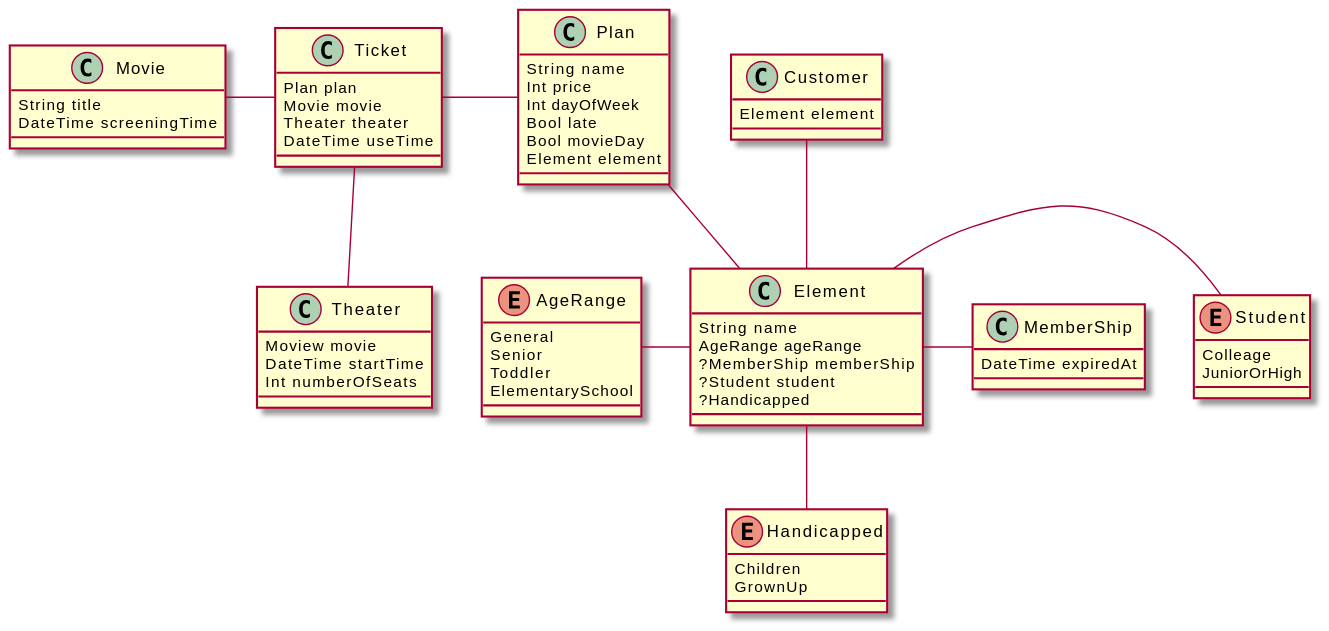
Before: docs/model.svg, a diagram exported from PlantUML (mstysk/tickets-modeling).
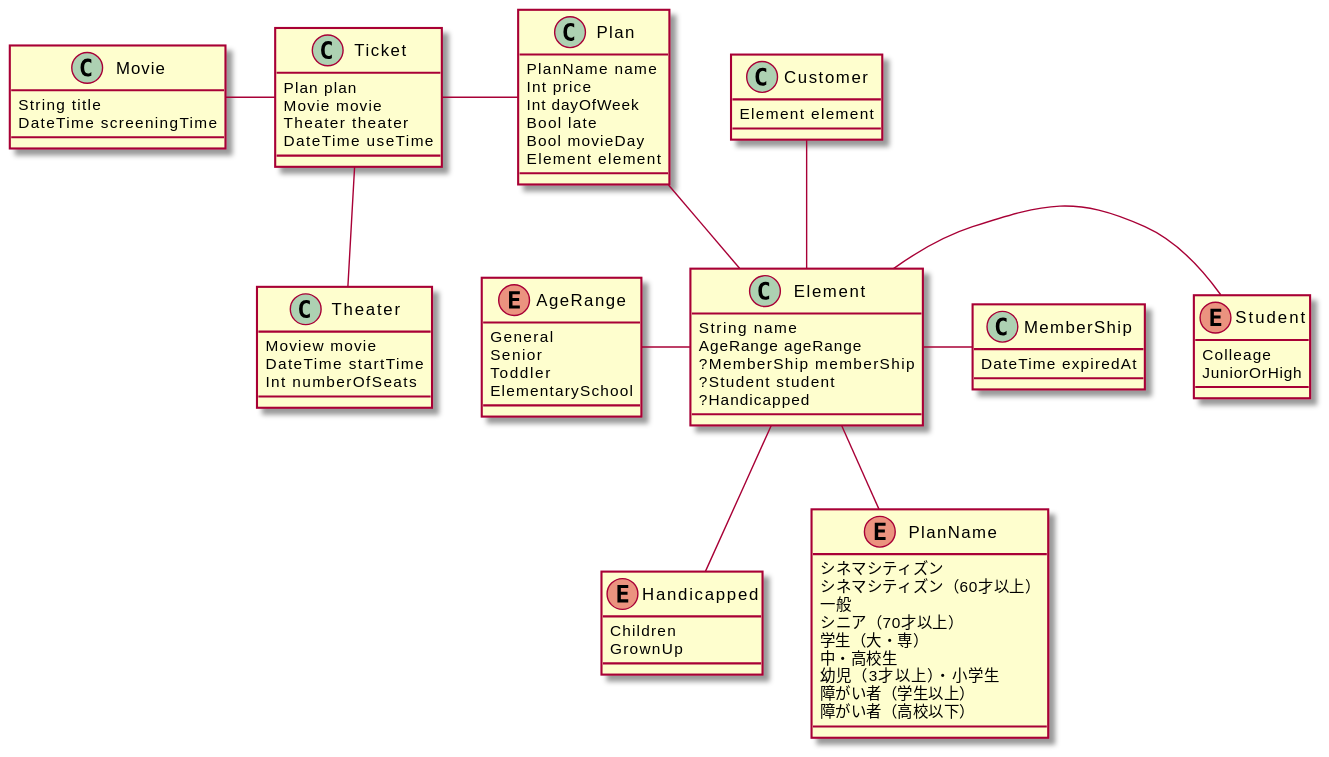
Above is the later version.

Commit message:
モデル図を更新

Diff of the diagram source:
```diff
@@ -46,8 +46,20 @@
     ElementarySchool
 }
 
+enum PlanName {
+    シネマシティズン
+    シネマシティズン（60才以上）
+    一般
+    シニア（70才以上）
+    学生（大・専）
+    中・高校生
+    幼児（3才以上）・小学生
+    障がい者（学生以上）
+    障がい者（高校以下）
+}
+
 class Plan {
-    String name
+    PlanName name
     Int price
     Int dayOfWeek
     Bool late
@@ -67,5 +79,6 @@
 Element -left- AgeRange
 Element -right- Student
 Element -down- Handicapped
+Element -- PlanName
 Customer -- Element
 @enduml
```
